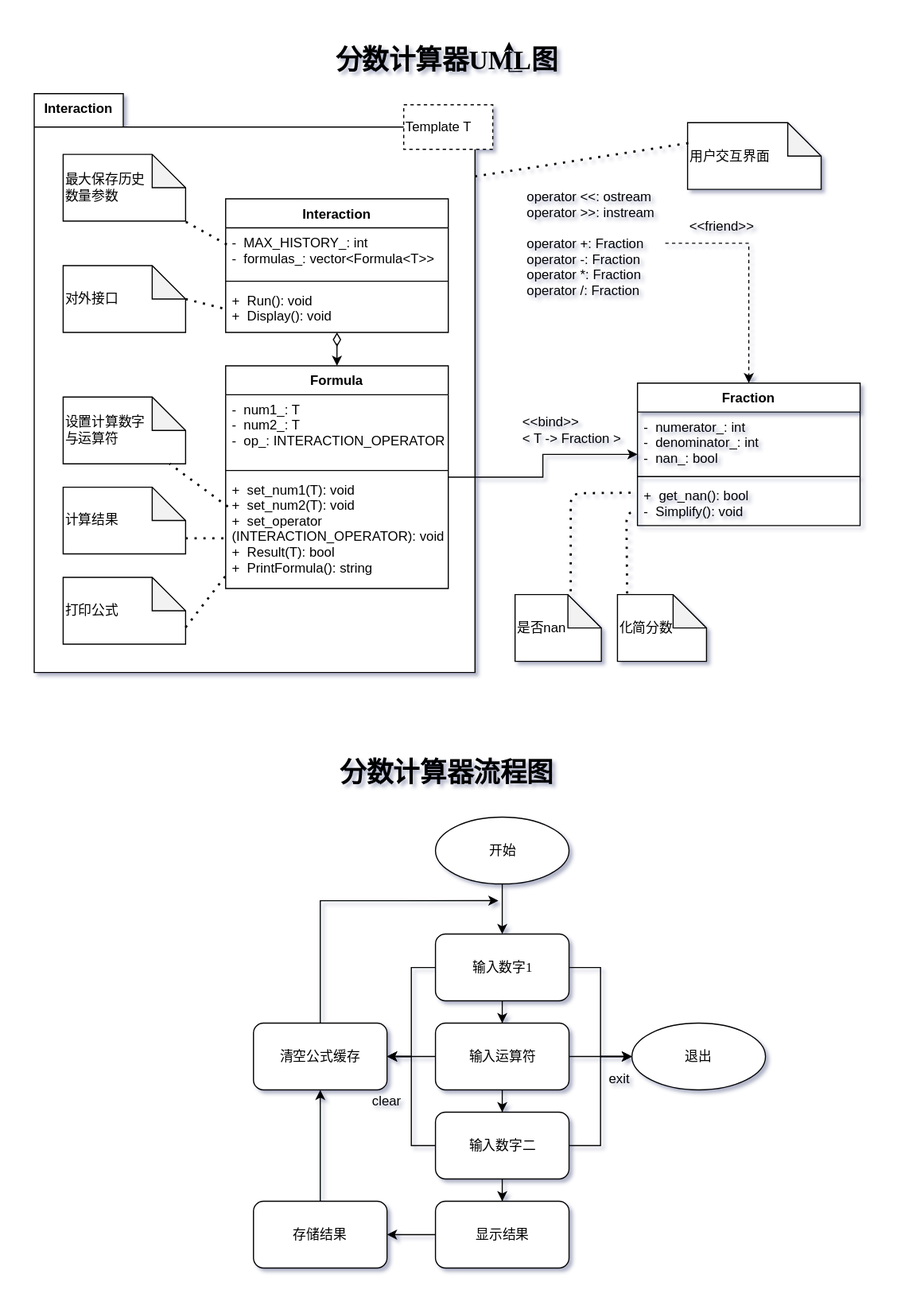
This is doc/t2.svg from jungheil/cppbhw, a draw.io export, as it was before one commit. Source tidied: cells renumbered, new cells last; positions are measured from the earlier drawing's top-left corner, leaving out a move shared by most shapes. Source of this version:
```xml
<mxGraphModel>
  <root>
    <mxCell id="0" />
    <mxCell id="1" parent="0" />
    <mxCell id="2" style="shape=folder;fontStyle=1;tabWidth=80;tabHeight=30;tabPosition=left;html=1;boundedLbl=1;" parent="1" vertex="1">
      <mxGeometry y="39.7" width="396" height="520" as="geometry" />
    </mxCell>
    <mxCell id="3" style="edgeStyle=orthogonalEdgeStyle;rounded=0;jettySize=auto;html=1;startArrow=diamondThin;startFill=0;startSize=10;endSize=6;" parent="1" edge="1" source="4" target="8">
      <mxGeometry relative="1" as="geometry" />
    </mxCell>
    <mxCell id="4" value="Interaction" style="swimlane;fontStyle=1;align=center;verticalAlign=top;horizontal=1;startSize=26;" parent="1" vertex="1">
      <mxGeometry x="172" y="134.2" width="200" height="120" as="geometry" />
    </mxCell>
    <mxCell id="5" value="-  MAX_HISTORY_: int&#10;-  formulas_: vector&lt;Formula&lt;T&gt;&gt;" style="text;strokeColor=none;fillColor=none;align=left;verticalAlign=top;spacingLeft=4;spacingRight=4;overflow=hidden;points=[[0,0.5],[1,0.5]];portConstraint=eastwest;" parent="4" vertex="1">
      <mxGeometry y="26" width="200" height="44" as="geometry" />
    </mxCell>
    <mxCell id="6" style="line;strokeWidth=1;fillColor=none;align=left;verticalAlign=middle;spacingTop=-1;spacingLeft=3;spacingRight=3;labelPosition=right;" parent="4" vertex="1">
      <mxGeometry y="70" width="200" height="8" as="geometry" />
    </mxCell>
    <mxCell id="7" value="+  Run(): void&#10;+  Display(): void" style="text;strokeColor=none;fillColor=none;align=left;verticalAlign=top;spacingLeft=4;spacingRight=4;overflow=hidden;points=[[0,0.5],[1,0.5]];portConstraint=eastwest;" parent="4" vertex="1">
      <mxGeometry y="78" width="200" height="42" as="geometry" />
    </mxCell>
    <mxCell id="8" value="Formula" style="swimlane;fontStyle=1;align=center;verticalAlign=top;horizontal=1;startSize=26;" parent="1" vertex="1">
      <mxGeometry x="172" y="284.2" width="200" height="200" as="geometry" />
    </mxCell>
    <mxCell id="9" value="-  num1_: T&#10;-  num2_: T&#10;-  op_: INTERACTION_OPERATOR" style="text;strokeColor=none;fillColor=none;align=left;verticalAlign=top;spacingLeft=4;spacingRight=4;overflow=hidden;" parent="8" vertex="1">
      <mxGeometry y="26" width="200" height="64" as="geometry" />
    </mxCell>
    <mxCell id="10" style="line;strokeWidth=1;fillColor=none;align=left;verticalAlign=middle;spacingTop=-1;spacingLeft=3;spacingRight=3;labelPosition=right;" parent="8" vertex="1">
      <mxGeometry y="90" width="200" height="8" as="geometry" />
    </mxCell>
    <mxCell id="11" value="+  set_num1(T): void&#10;+  set_num2(T): void&#10;+  set_operator&#10;(INTERACTION_OPERATOR): void&#10;+  Result(T): bool&#10;+  PrintFormula(): string" style="text;strokeColor=none;fillColor=none;align=left;verticalAlign=top;spacingLeft=4;spacingRight=4;overflow=hidden;points=[[0,0.5],[1,0.5]];portConstraint=eastwest;" parent="8" vertex="1">
      <mxGeometry y="98" width="200" height="102" as="geometry" />
    </mxCell>
    <mxCell id="12" value="Fraction" style="swimlane;fontStyle=1;align=center;verticalAlign=top;horizontal=1;startSize=26;" parent="1" vertex="1">
      <mxGeometry x="542" y="299.7" width="200" height="128" as="geometry" />
    </mxCell>
    <mxCell id="13" value="-  numerator_: int&#10;-  denominator_: int&#10;-  nan_: bool" style="text;strokeColor=none;fillColor=none;align=left;verticalAlign=top;spacingLeft=4;spacingRight=4;overflow=hidden;" parent="12" vertex="1">
      <mxGeometry y="26" width="200" height="54" as="geometry" />
    </mxCell>
    <mxCell id="14" style="line;strokeWidth=1;fillColor=none;align=left;verticalAlign=middle;spacingTop=-1;spacingLeft=3;spacingRight=3;labelPosition=right;" parent="12" vertex="1">
      <mxGeometry y="80" width="200" height="8" as="geometry" />
    </mxCell>
    <mxCell id="15" value="+  get_nan(): bool&#10;-  Simplify(): void" style="text;strokeColor=none;fillColor=none;align=left;verticalAlign=top;spacingLeft=4;spacingRight=4;overflow=hidden;points=[[0,0.5],[1,0.5]];portConstraint=eastwest;" parent="12" vertex="1">
      <mxGeometry y="88" width="200" height="40" as="geometry" />
    </mxCell>
    <mxCell id="16" style="edgeStyle=orthogonalEdgeStyle;rounded=0;jettySize=auto;html=1;startArrow=none;startFill=0;startSize=10;endSize=6;" parent="1" edge="1" source="8" target="12">
      <mxGeometry relative="1" as="geometry" />
    </mxCell>
    <mxCell id="17" value="对外接口" style="shape=note;whiteSpace=wrap;html=1;backgroundOutline=1;darkOpacity=0.05;align=left;" parent="1" vertex="1">
      <mxGeometry x="26" y="194.2" width="110" height="60" as="geometry" />
    </mxCell>
    <mxCell id="18" style="endArrow=none;dashed=1;html=1;dashPattern=1 3;strokeWidth=2;entryX=0;entryY=0.5;entryDx=0;entryDy=0;exitX=0;exitY=0;exitDx=110;exitDy=30;exitPerimeter=0;" parent="1" edge="1" source="17" target="7">
      <mxGeometry relative="1" as="geometry" />
    </mxCell>
    <mxCell id="19" value="最大保存历史&lt;br&gt;数量参数" style="shape=note;whiteSpace=wrap;html=1;backgroundOutline=1;darkOpacity=0.05;align=left;" parent="1" vertex="1">
      <mxGeometry x="26" y="94.2" width="110" height="60" as="geometry" />
    </mxCell>
    <mxCell id="20" style="endArrow=none;dashed=1;html=1;dashPattern=1 3;strokeWidth=2;exitX=0.005;exitY=0.341;exitDx=0;exitDy=0;exitPerimeter=0;" parent="1" edge="1" source="5" target="19">
      <mxGeometry relative="1" as="geometry" />
    </mxCell>
    <mxCell id="21" value="设置计算数字&lt;br&gt;与运算符" style="shape=note;whiteSpace=wrap;html=1;backgroundOutline=1;darkOpacity=0.05;align=left;" parent="1" vertex="1">
      <mxGeometry x="26" y="312.2" width="110" height="60" as="geometry" />
    </mxCell>
    <mxCell id="22" style="endArrow=none;dashed=1;html=1;dashPattern=1 3;strokeWidth=2;exitX=0.01;exitY=0.28;exitDx=0;exitDy=0;exitPerimeter=0;" parent="1" edge="1" source="11" target="21">
      <mxGeometry relative="1" as="geometry" />
    </mxCell>
    <mxCell id="23" value="是否nan" style="shape=note;whiteSpace=wrap;html=1;backgroundOutline=1;darkOpacity=0.05;align=left;" parent="1" vertex="1">
      <mxGeometry x="432" y="489.7" width="77.5" height="60" as="geometry" />
    </mxCell>
    <mxCell id="24" style="endArrow=none;dashed=1;html=1;dashPattern=1 3;strokeWidth=2;entryX=0;entryY=0.262;entryDx=0;entryDy=0;entryPerimeter=0;" parent="1" edge="1" target="15">
      <mxGeometry relative="1" as="geometry">
        <mxPoint x="482" y="486.7" as="sourcePoint" />
        <Array as="points">
          <mxPoint x="482" y="398.7" />
        </Array>
      </mxGeometry>
    </mxCell>
    <mxCell id="25" value="&lt;span&gt;&lt;font style=&quot;font-size: 24px&quot;&gt;分数计算器UML图&lt;/font&gt;&lt;/span&gt;" style="text;html=1;strokeColor=none;fillColor=none;align=center;verticalAlign=middle;whiteSpace=wrap;rounded=0;fontStyle=1;labelBackgroundColor=none;labelBorderColor=none;fontFamily=Times New Roman;" parent="1" vertex="1">
      <mxGeometry x="236" y="-0.3" width="270" height="20" as="geometry" />
    </mxCell>
    <mxCell id="26" style="edgeStyle=orthogonalEdgeStyle;rounded=0;jettySize=auto;html=1;entryX=0.5;entryY=0;entryDx=0;entryDy=0;startArrow=none;startFill=0;startSize=10;endSize=6;fontFamily=Times New Roman;" parent="1" edge="1" source="27" target="31">
      <mxGeometry relative="1" as="geometry" />
    </mxCell>
    <mxCell id="27" value="开始" style="ellipse;whiteSpace=wrap;html=1;labelBackgroundColor=none;fontFamily=Times New Roman;" parent="1" vertex="1">
      <mxGeometry x="360.5" y="689.7" width="120" height="60" as="geometry" />
    </mxCell>
    <mxCell id="28" style="edgeStyle=orthogonalEdgeStyle;rounded=0;jettySize=auto;html=1;entryX=0.5;entryY=0;entryDx=0;entryDy=0;startArrow=none;startFill=0;startSize=10;endSize=6;fontFamily=Times New Roman;" parent="1" edge="1" source="31" target="35">
      <mxGeometry relative="1" as="geometry" />
    </mxCell>
    <mxCell id="29" style="edgeStyle=orthogonalEdgeStyle;rounded=0;jettySize=auto;html=1;entryX=1;entryY=0.5;entryDx=0;entryDy=0;startArrow=none;startFill=0;" parent="1" edge="1" source="31" target="59">
      <mxGeometry relative="1" as="geometry" />
    </mxCell>
    <mxCell id="30" style="edgeStyle=orthogonalEdgeStyle;rounded=0;jettySize=auto;html=1;entryX=0;entryY=0.5;entryDx=0;entryDy=0;startArrow=none;startFill=0;" parent="1" edge="1" source="31" target="36">
      <mxGeometry relative="1" as="geometry" />
    </mxCell>
    <mxCell id="31" value="输入数字1" style="rounded=1;whiteSpace=wrap;html=1;labelBackgroundColor=none;fontFamily=Times New Roman;" parent="1" vertex="1">
      <mxGeometry x="360.5" y="794.7" width="120" height="60" as="geometry" />
    </mxCell>
    <mxCell id="32" style="edgeStyle=orthogonalEdgeStyle;rounded=0;jettySize=auto;html=1;startArrow=none;startFill=0;startSize=10;endSize=6;fontFamily=Times New Roman;" parent="1" edge="1" source="35" target="40">
      <mxGeometry relative="1" as="geometry" />
    </mxCell>
    <mxCell id="33" style="edgeStyle=orthogonalEdgeStyle;rounded=0;jettySize=auto;html=1;startArrow=none;startFill=0;" parent="1" edge="1" source="35" target="59">
      <mxGeometry relative="1" as="geometry" />
    </mxCell>
    <mxCell id="34" style="edgeStyle=orthogonalEdgeStyle;rounded=0;jettySize=auto;html=1;startArrow=none;startFill=0;" parent="1" edge="1" source="35" target="36">
      <mxGeometry relative="1" as="geometry" />
    </mxCell>
    <mxCell id="35" value="输入运算符" style="rounded=1;whiteSpace=wrap;html=1;labelBackgroundColor=none;fontFamily=Times New Roman;" parent="1" vertex="1">
      <mxGeometry x="360.5" y="874.7" width="120" height="60" as="geometry" />
    </mxCell>
    <mxCell id="36" value="退出" style="ellipse;whiteSpace=wrap;html=1;labelBackgroundColor=none;fontFamily=Times New Roman;" parent="1" vertex="1">
      <mxGeometry x="537" y="874.7" width="120" height="60" as="geometry" />
    </mxCell>
    <mxCell id="37" style="edgeStyle=orthogonalEdgeStyle;rounded=0;jettySize=auto;html=1;startArrow=none;startFill=0;" parent="1" edge="1" source="40" target="55">
      <mxGeometry relative="1" as="geometry" />
    </mxCell>
    <mxCell id="38" style="edgeStyle=orthogonalEdgeStyle;rounded=0;jettySize=auto;html=1;entryX=1;entryY=0.5;entryDx=0;entryDy=0;startArrow=none;startFill=0;" parent="1" edge="1" source="40" target="59">
      <mxGeometry relative="1" as="geometry" />
    </mxCell>
    <mxCell id="39" style="edgeStyle=orthogonalEdgeStyle;rounded=0;jettySize=auto;html=1;entryX=0;entryY=0.5;entryDx=0;entryDy=0;startArrow=none;startFill=0;" parent="1" edge="1" source="40" target="36">
      <mxGeometry relative="1" as="geometry" />
    </mxCell>
    <mxCell id="40" value="输入数字二" style="rounded=1;whiteSpace=wrap;html=1;labelBackgroundColor=none;fontFamily=Times New Roman;" parent="1" vertex="1">
      <mxGeometry x="360.5" y="954.7" width="120" height="60" as="geometry" />
    </mxCell>
    <mxCell id="41" value="&lt;span&gt;&lt;font style=&quot;font-size: 24px&quot;&gt;分数计算器流程图&lt;/font&gt;&lt;/span&gt;" style="text;html=1;strokeColor=none;fillColor=none;align=center;verticalAlign=middle;whiteSpace=wrap;rounded=0;fontStyle=1;labelBackgroundColor=none;labelBorderColor=none;fontFamily=Times New Roman;" parent="1" vertex="1">
      <mxGeometry x="236" y="639.7" width="270" height="20" as="geometry" />
    </mxCell>
    <mxCell id="42" value="化简分数" style="shape=note;whiteSpace=wrap;html=1;backgroundOutline=1;darkOpacity=0.05;align=left;" parent="1" vertex="1">
      <mxGeometry x="524" y="489.7" width="80" height="60" as="geometry" />
    </mxCell>
    <mxCell id="43" style="endArrow=none;dashed=1;html=1;dashPattern=1 3;strokeWidth=2;entryX=-0.005;entryY=0.69;entryDx=0;entryDy=0;entryPerimeter=0;exitX=0.109;exitY=-0.017;exitDx=0;exitDy=0;exitPerimeter=0;" parent="1" edge="1" source="42" target="15">
      <mxGeometry relative="1" as="geometry">
        <Array as="points">
          <mxPoint x="532" y="416.7" />
        </Array>
      </mxGeometry>
    </mxCell>
    <mxCell id="44" value="计算结果" style="shape=note;whiteSpace=wrap;html=1;backgroundOutline=1;darkOpacity=0.05;align=left;" parent="1" vertex="1">
      <mxGeometry x="26" y="393.2" width="110" height="60" as="geometry" />
    </mxCell>
    <mxCell id="45" value="打印公式" style="shape=note;whiteSpace=wrap;html=1;backgroundOutline=1;darkOpacity=0.05;align=left;" parent="1" vertex="1">
      <mxGeometry x="26" y="474.2" width="110" height="60" as="geometry" />
    </mxCell>
    <mxCell id="46" style="endArrow=none;dashed=1;html=1;dashPattern=1 3;strokeWidth=2;" parent="1" edge="1">
      <mxGeometry relative="1" as="geometry">
        <mxPoint x="136" y="439.2" as="sourcePoint" />
        <mxPoint x="174" y="439.2" as="targetPoint" />
      </mxGeometry>
    </mxCell>
    <mxCell id="47" style="endArrow=none;dashed=1;html=1;dashPattern=1 3;strokeWidth=2;entryX=0.01;entryY=0.863;entryDx=0;entryDy=0;entryPerimeter=0;exitX=0;exitY=0;exitDx=110;exitDy=45;exitPerimeter=0;" parent="1" edge="1" source="45" target="11">
      <mxGeometry relative="1" as="geometry" />
    </mxCell>
    <mxCell id="48" value="Template T" style="shape=partialRectangle;html=1;top=1;align=left;dashed=1;" parent="1" vertex="1">
      <mxGeometry x="332" y="49.7" width="80" height="40" as="geometry" />
    </mxCell>
    <mxCell id="49" value="&amp;lt;&amp;lt;bind&amp;gt;&amp;gt;&lt;br&gt;&amp;lt; T -&amp;gt; Fraction &amp;gt;" style="text;html=1;strokeColor=none;fillColor=none;align=left;verticalAlign=middle;whiteSpace=wrap;rounded=0;" parent="1" vertex="1">
      <mxGeometry x="437" y="332.2" width="100" height="20" as="geometry" />
    </mxCell>
    <mxCell id="50" value="Interaction" style="text;align=center;fontStyle=1;verticalAlign=middle;spacingLeft=3;spacingRight=3;strokeColor=none;" parent="1" vertex="1">
      <mxGeometry y="39.7" width="80" height="26" as="geometry" />
    </mxCell>
    <mxCell id="51" style="edgeStyle=orthogonalEdgeStyle;rounded=0;jettySize=auto;html=1;dashed=1;" parent="1" edge="1" source="52" target="12">
      <mxGeometry relative="1" as="geometry">
        <Array as="points">
          <mxPoint x="642" y="174" />
        </Array>
      </mxGeometry>
    </mxCell>
    <mxCell id="52" value="operator &lt;&lt;: ostream&#10;operator &gt;&gt;: instream&#10;&#10;operator +: Fraction&#10;operator -: Fraction&#10;operator *: Fraction&#10;operator /: Fraction" style="text;strokeColor=none;fillColor=none;align=left;verticalAlign=top;spacingLeft=4;spacingRight=4;overflow=hidden;points=[[0,0.5],[1,0.5]];portConstraint=eastwest;" parent="1" vertex="1">
      <mxGeometry x="437" y="119" width="130" height="110" as="geometry" />
    </mxCell>
    <mxCell id="53" value="&amp;lt;&amp;lt;friend&amp;gt;&amp;gt;" style="text;html=1;strokeColor=none;fillColor=none;align=left;verticalAlign=middle;whiteSpace=wrap;rounded=0;" parent="1" vertex="1">
      <mxGeometry x="587" y="149" width="100" height="20" as="geometry" />
    </mxCell>
    <mxCell id="54" style="edgeStyle=orthogonalEdgeStyle;rounded=0;jettySize=auto;html=1;startArrow=none;startFill=0;" parent="1" edge="1" source="55" target="57">
      <mxGeometry relative="1" as="geometry" />
    </mxCell>
    <mxCell id="55" value="显示结果" style="rounded=1;whiteSpace=wrap;html=1;labelBackgroundColor=none;fontFamily=Times New Roman;" parent="1" vertex="1">
      <mxGeometry x="360.5" y="1034.7" width="120" height="60" as="geometry" />
    </mxCell>
    <mxCell id="56" style="edgeStyle=orthogonalEdgeStyle;rounded=0;jettySize=auto;html=1;startArrow=none;startFill=0;" parent="1" edge="1" source="57" target="59">
      <mxGeometry relative="1" as="geometry" />
    </mxCell>
    <mxCell id="57" value="存储结果" style="rounded=1;whiteSpace=wrap;html=1;labelBackgroundColor=none;fontFamily=Times New Roman;" parent="1" vertex="1">
      <mxGeometry x="197" y="1034.7" width="120" height="60" as="geometry" />
    </mxCell>
    <mxCell id="58" style="edgeStyle=orthogonalEdgeStyle;rounded=0;jettySize=auto;html=1;startArrow=none;startFill=0;" parent="1" edge="1" source="59">
      <mxGeometry relative="1" as="geometry">
        <mxPoint x="417" y="764.7" as="targetPoint" />
        <Array as="points">
          <mxPoint x="257" y="764.7" />
        </Array>
      </mxGeometry>
    </mxCell>
    <mxCell id="59" value="清空公式缓存" style="rounded=1;whiteSpace=wrap;html=1;labelBackgroundColor=none;fontFamily=Times New Roman;" parent="1" vertex="1">
      <mxGeometry x="197" y="874.7" width="120" height="60" as="geometry" />
    </mxCell>
    <mxCell id="60" value="clear" style="text;html=1;strokeColor=none;fillColor=none;align=center;verticalAlign=middle;whiteSpace=wrap;rounded=0;" parent="1" vertex="1">
      <mxGeometry x="297" y="934.7" width="40" height="20" as="geometry" />
    </mxCell>
    <mxCell id="61" value="exit" style="text;html=1;strokeColor=none;fillColor=none;align=center;verticalAlign=middle;whiteSpace=wrap;rounded=0;" parent="1" vertex="1">
      <mxGeometry x="506" y="914.7" width="40" height="20" as="geometry" />
    </mxCell>
    <mxCell id="62" style="edgeStyle=orthogonalEdgeStyle;rounded=0;orthogonalLoop=1;jettySize=auto;html=1;exitX=0.75;exitY=1;exitDx=0;exitDy=0;entryX=0.706;entryY=-0.333;entryDx=0;entryDy=0;entryPerimeter=0;startArrow=none;startFill=0;" parent="1" edge="1" source="25" target="25">
      <mxGeometry relative="1" as="geometry" />
    </mxCell>
    <mxCell id="63" value="用户交互界面" style="shape=note;whiteSpace=wrap;html=1;backgroundOutline=1;darkOpacity=0.05;align=left;" parent="1" vertex="1">
      <mxGeometry x="587" y="65.7" width="120" height="60" as="geometry" />
    </mxCell>
    <mxCell id="64" style="endArrow=none;dashed=1;html=1;dashPattern=1 3;strokeWidth=2;exitX=1;exitY=0.143;exitDx=0;exitDy=0;exitPerimeter=0;entryX=0.008;entryY=0.306;entryDx=0;entryDy=0;entryPerimeter=0;" parent="1" edge="1" source="2" target="63">
      <mxGeometry relative="1" as="geometry" />
    </mxCell>
  </root>
</mxGraphModel>
```
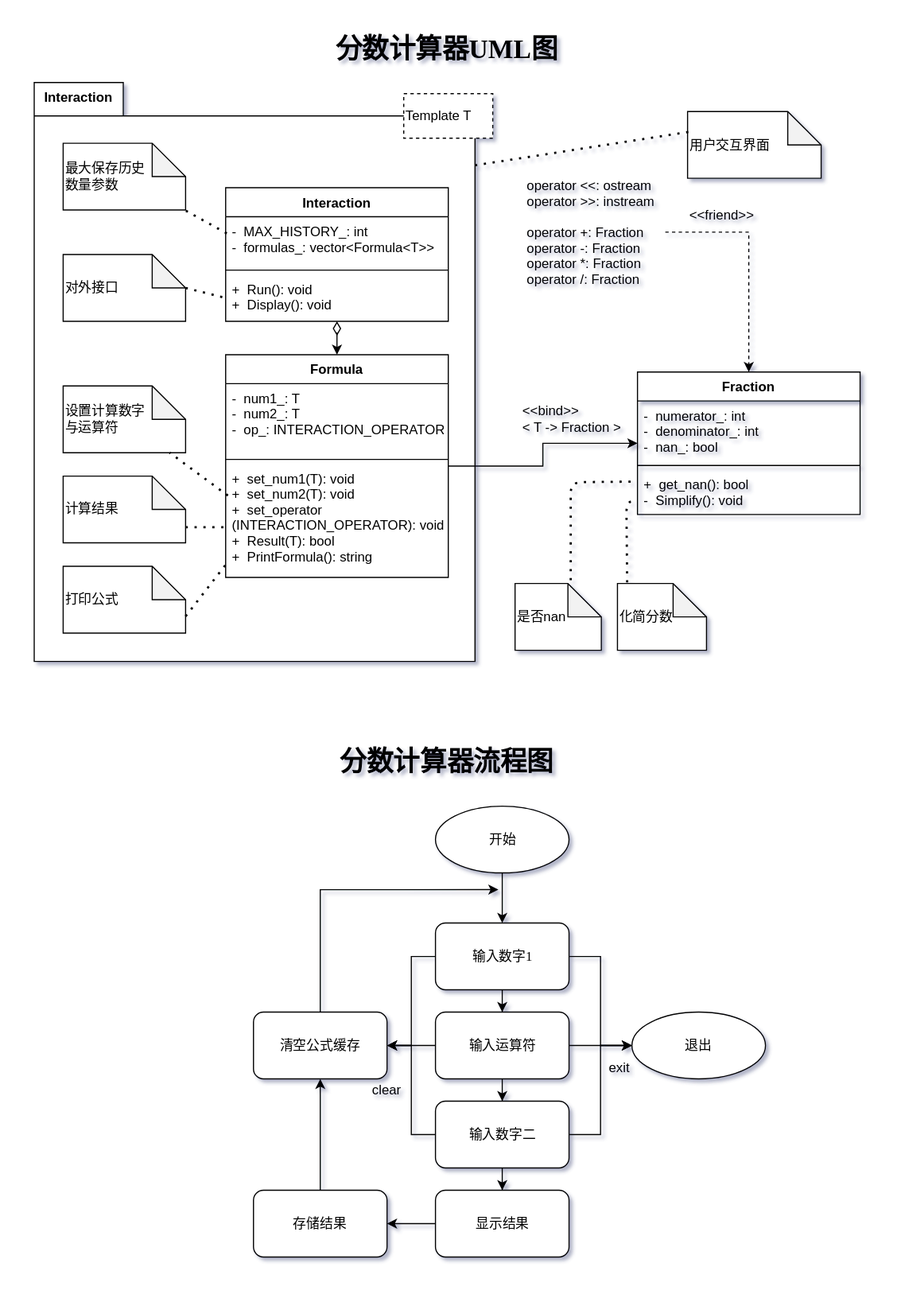
Above is the later version.

The edit, as a diff of the source:
```diff
@@ -203,9 +203,6 @@
     <mxCell id="61" value="exit" style="text;html=1;strokeColor=none;fillColor=none;align=center;verticalAlign=middle;whiteSpace=wrap;rounded=0;" parent="1" vertex="1">
       <mxGeometry x="506" y="914.7" width="40" height="20" as="geometry" />
     </mxCell>
-    <mxCell id="62" style="edgeStyle=orthogonalEdgeStyle;rounded=0;orthogonalLoop=1;jettySize=auto;html=1;exitX=0.75;exitY=1;exitDx=0;exitDy=0;entryX=0.706;entryY=-0.333;entryDx=0;entryDy=0;entryPerimeter=0;startArrow=none;startFill=0;" parent="1" edge="1" source="25" target="25">
-      <mxGeometry relative="1" as="geometry" />
-    </mxCell>
     <mxCell id="63" value="用户交互界面" style="shape=note;whiteSpace=wrap;html=1;backgroundOutline=1;darkOpacity=0.05;align=left;" parent="1" vertex="1">
       <mxGeometry x="587" y="65.7" width="120" height="60" as="geometry" />
     </mxCell>
```
